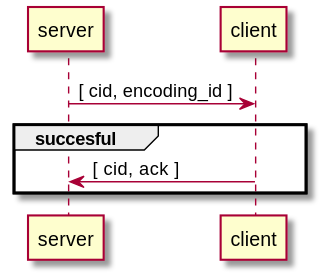
Earlier version of the PlantUML export soundzones_protocol/sequence_diagrams/B1_set_time_encode.svg (NielsDyrberg/Wireless_sound_zones). The source it was exported from:
```plantuml
@startuml B1_set_time_encode
server -> client: [ cid, encoding_id ]
group succesful
    server <- client: [ cid, ack ]
end
@enduml
```
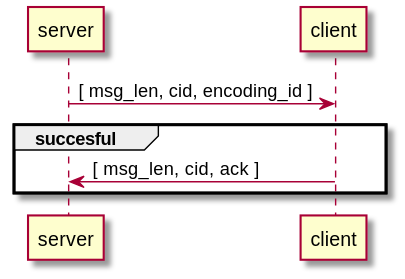
Later version of the same file.

The edit, as a diff of the source:
```diff
@@ -1,6 +1,6 @@
 @startuml B1_set_time_encode
-server -> client: [ cid, encoding_id ]
+server -> client: [ msg_len, cid, encoding_id ]
 group succesful
-    server <- client: [ cid, ack ]
+    server <- client: [ msg_len, cid, ack ]
 end
 @enduml
```
